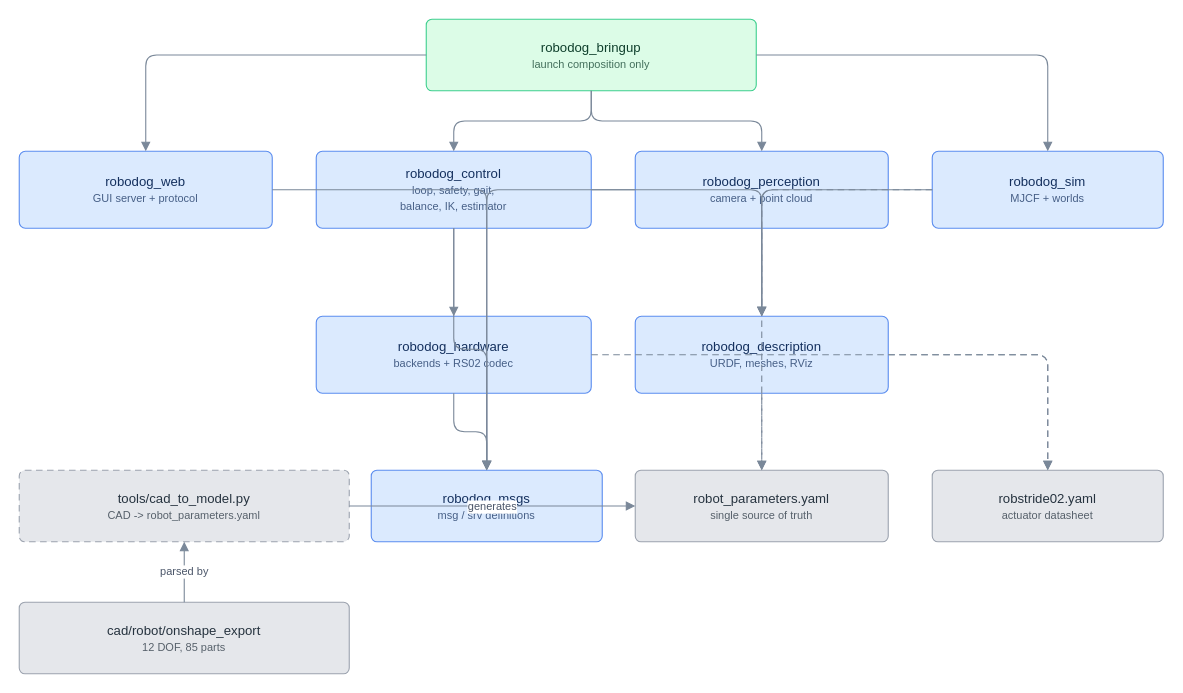
Before: docs/diagrams/software_architecture.drawio in farouk15160/robodog, a draw.io diagram. Source tidied: cells renumbered, new cells numbered last; positions are measured from the earlier drawing's top-left corner, leaving out a move shared by most shapes. Both pictures are drawn from the tidied source at 110%, with x=0, y=0 at pixel (19, 19).
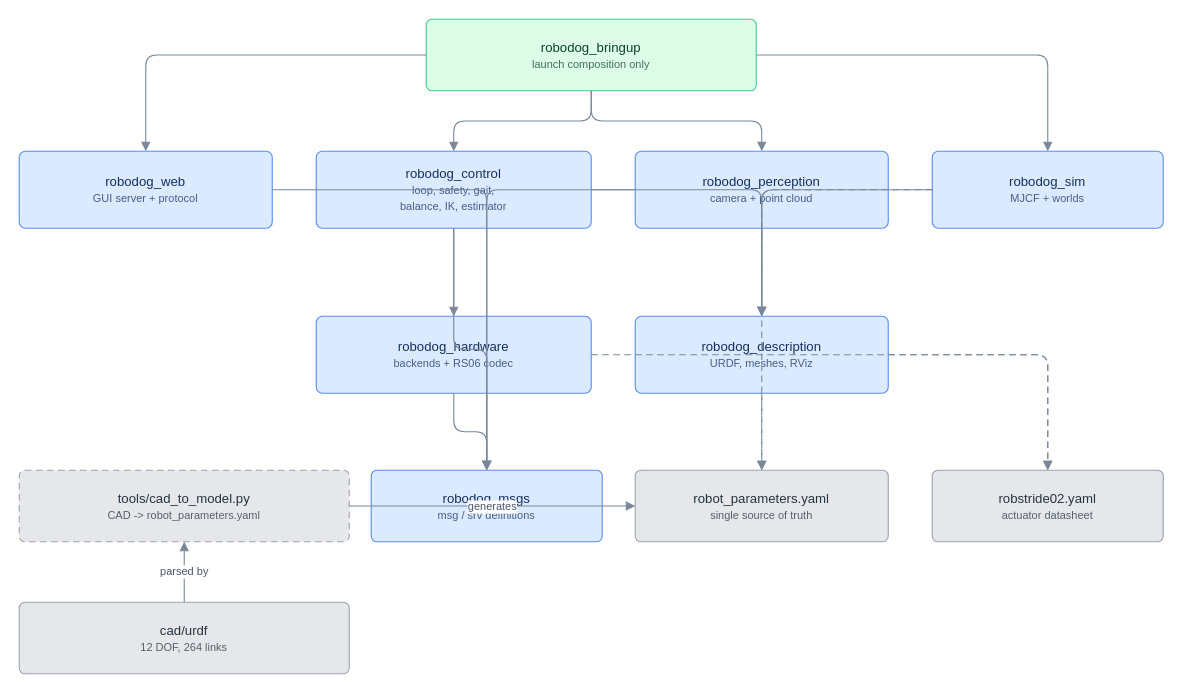
The same page after the edit.

What changed in the source:
```diff
@@
-    <mxCell id="7" value="robodog_hardware&lt;br/&gt;&lt;font style='font-size:10px;opacity:0.75'&gt;backends + RS02 codec&lt;/font&gt;" style="rounded=1;whiteSpace=wrap;html=1;fillColor=#dbeafe;strokeColor=#5b8def;fontColor=#14305e;fontFamily=Helvetica;fontSize=12;arcSize=8;verticalAlign=middle;align=center;spacing=4;" parent="1" vertex="1">
+    <mxCell id="7" value="robodog_hardware&lt;br/&gt;&lt;font style='font-size:10px;opacity:0.75'&gt;backends + RS06 codec&lt;/font&gt;" style="rounded=1;whiteSpace=wrap;html=1;fillColor=#dbeafe;strokeColor=#5b8def;fontColor=#14305e;fontFamily=Helvetica;fontSize=12;arcSize=8;verticalAlign=middle;align=center;spacing=4;" parent="1" vertex="1">
       <mxGeometry x="270" y="270" width="250" height="70" as="geometry" />
     </mxCell>
@@
-    <mxCell id="11" value="cad/robot/onshape_export&lt;br/&gt;&lt;font style='font-size:10px;opacity:0.75'&gt;12 DOF, 85 parts&lt;/font&gt;" style="rounded=1;whiteSpace=wrap;html=1;fillColor=#e5e7eb;strokeColor=#9ca3af;fontColor=#26333f;fontFamily=Helvetica;fontSize=12;arcSize=8;verticalAlign=middle;align=center;spacing=4;" parent="1" vertex="1">
+    <mxCell id="11" value="cad/urdf&lt;br/&gt;&lt;font style='font-size:10px;opacity:0.75'&gt;12 DOF, 264 links&lt;/font&gt;" style="rounded=1;whiteSpace=wrap;html=1;fillColor=#e5e7eb;strokeColor=#9ca3af;fontColor=#26333f;fontFamily=Helvetica;fontSize=12;arcSize=8;verticalAlign=middle;align=center;spacing=4;" parent="1" vertex="1">
       <mxGeometry y="530" width="300" height="65" as="geometry" />
     </mxCell>
```
